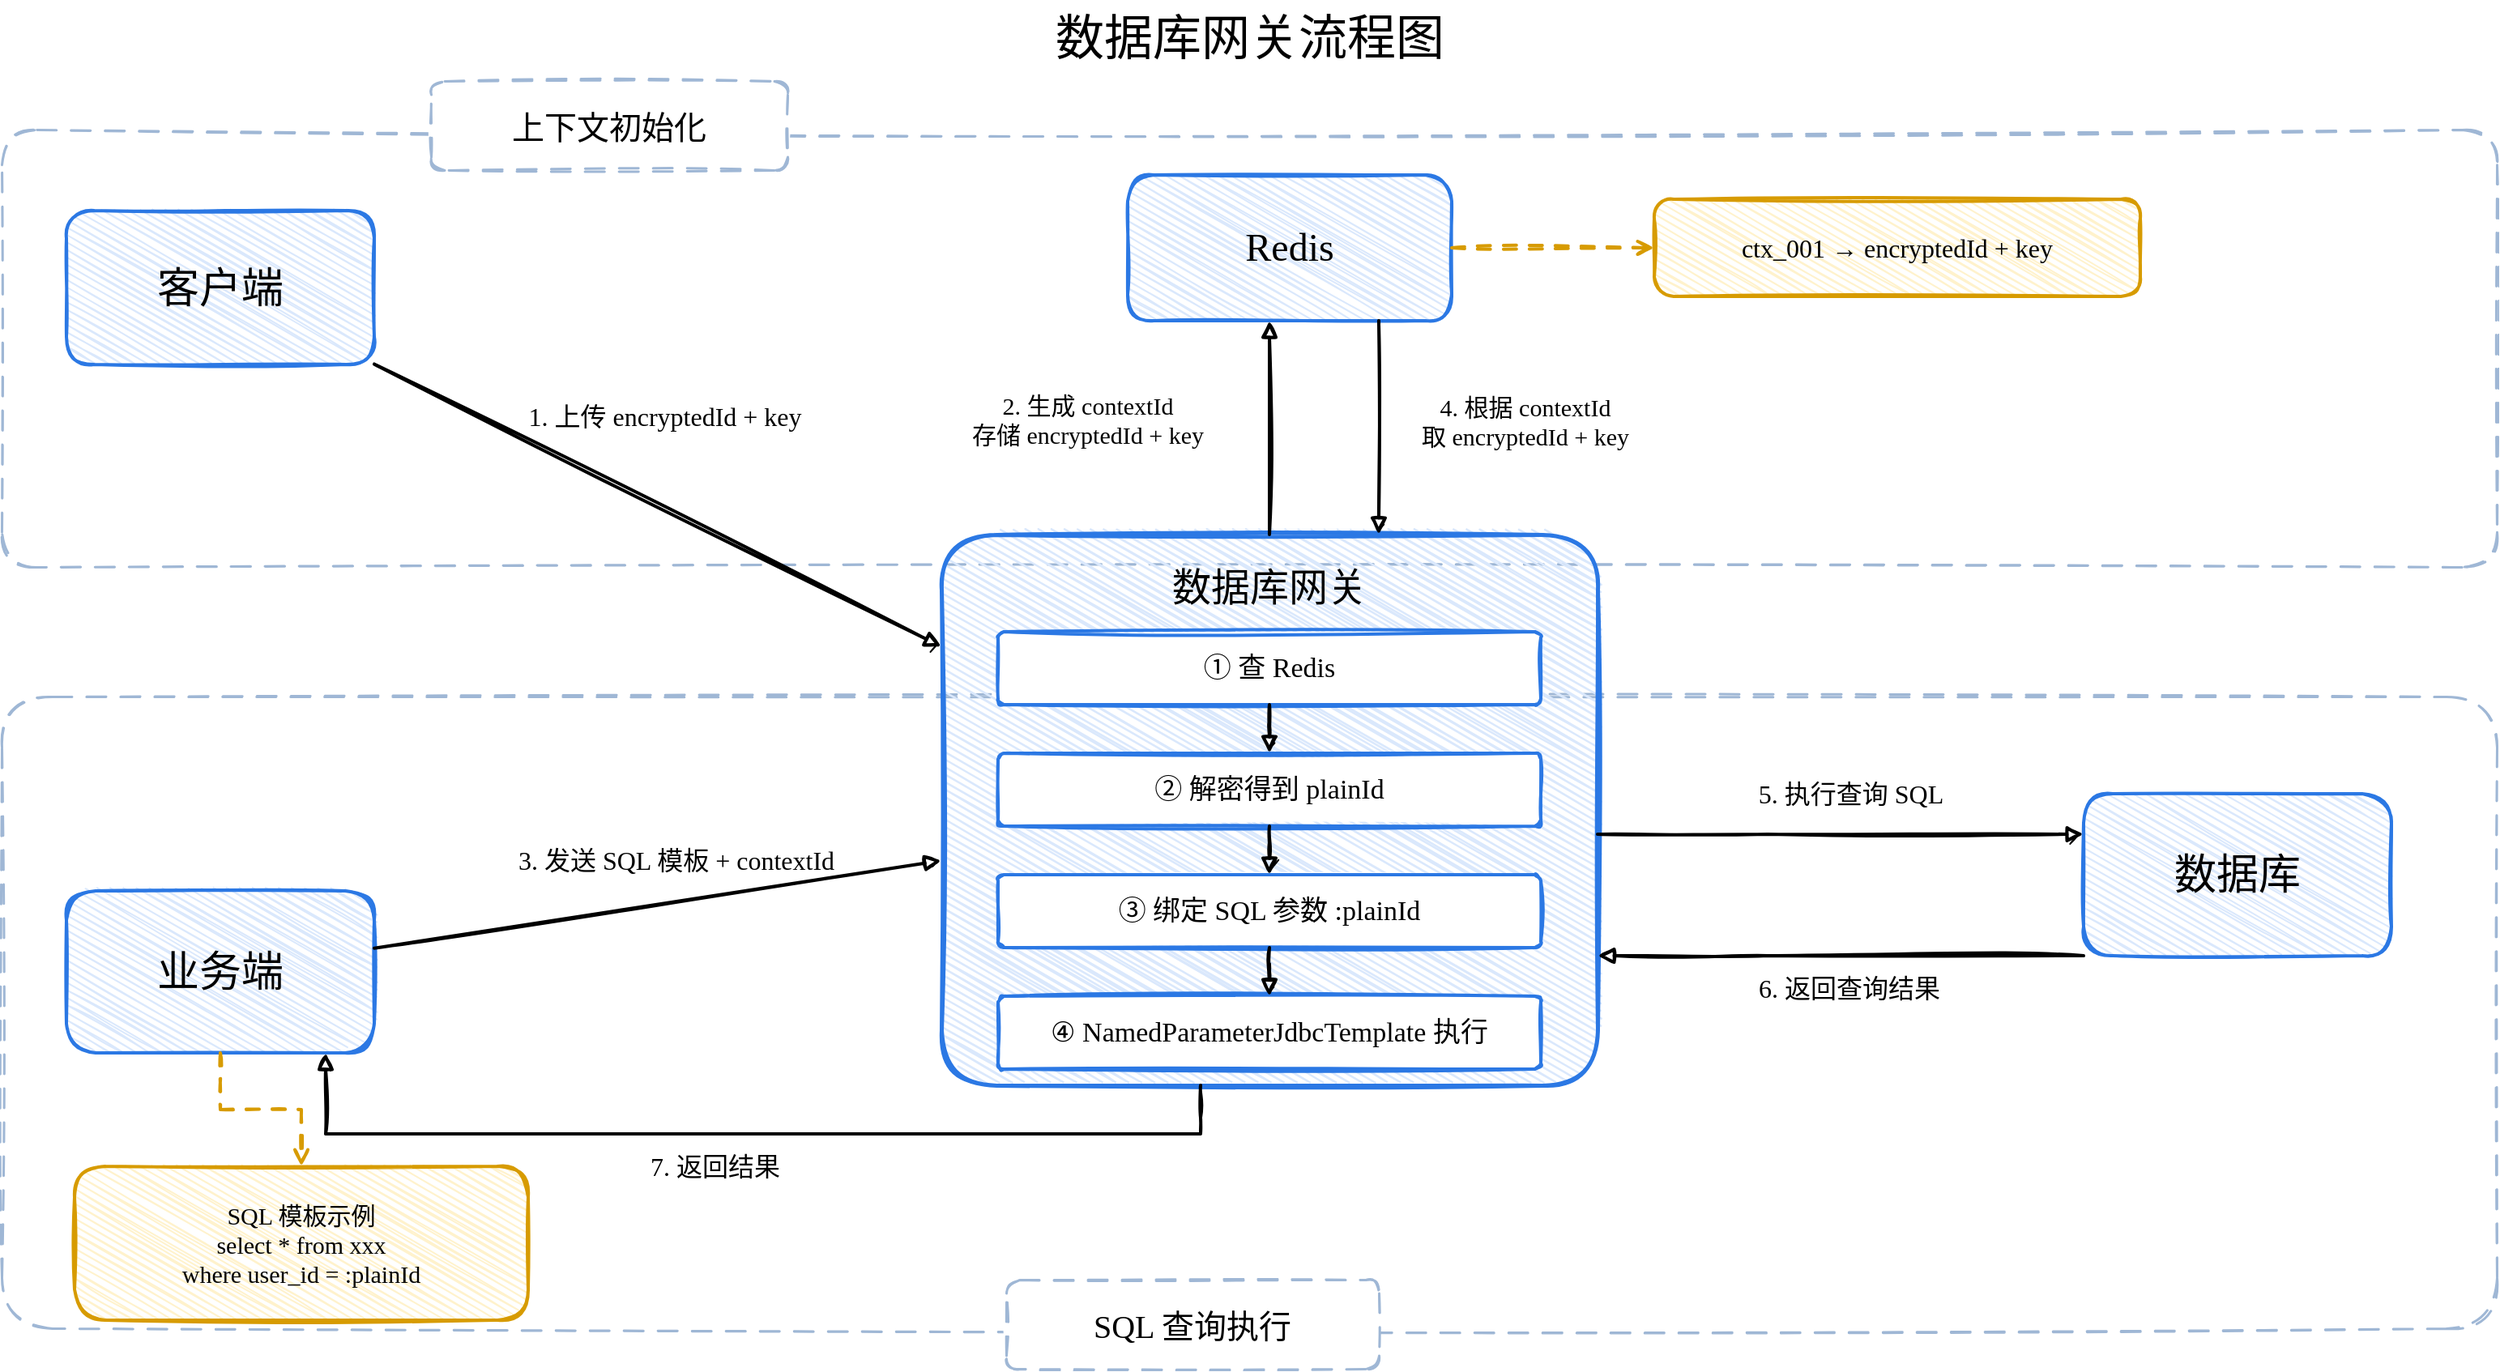
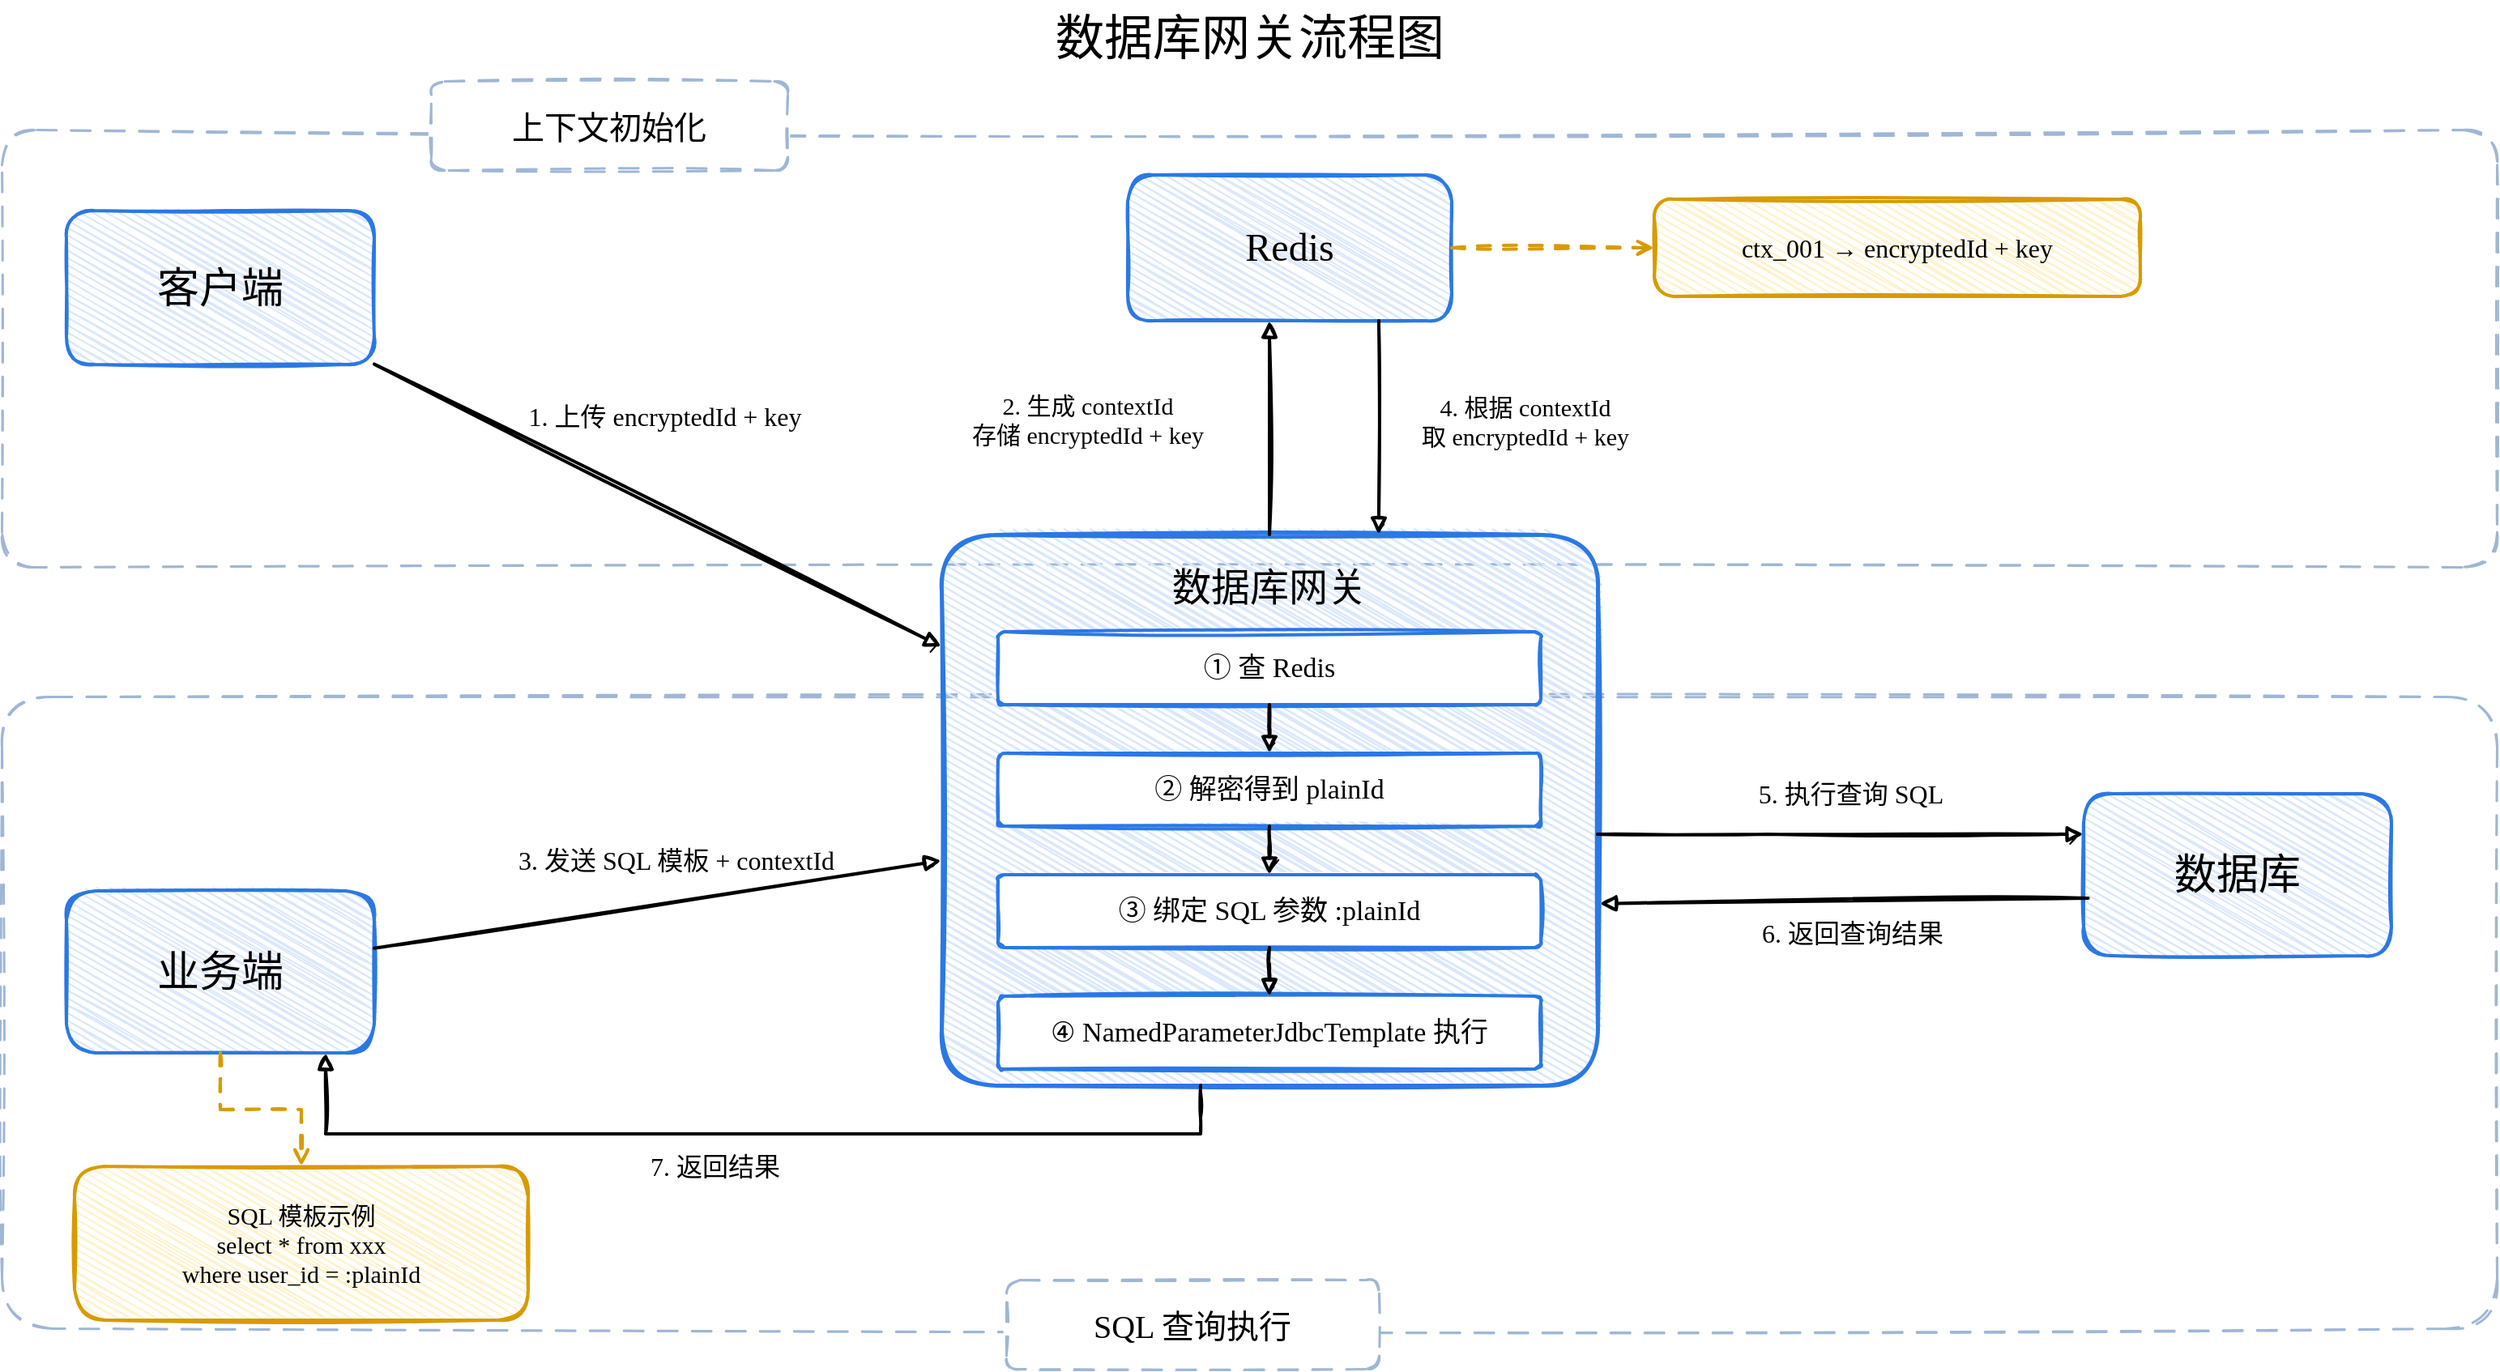
<mxfile host="app.diagrams.net">
  <diagram name="第 1 页" id="lDtMVX3rfUzubP_undm2">
-     <mxGraphModel dx="1684" dy="1176" grid="1" gridSize="10" guides="1" tooltips="1" connect="1" arrows="1" fold="1" page="1" pageScale="1" pageWidth="1600" pageHeight="900" math="0" shadow="0">
+     <mxGraphModel dx="1543" dy="1078" grid="1" gridSize="10" guides="1" tooltips="1" connect="1" arrows="1" fold="1" page="1" pageScale="1" pageWidth="1600" pageHeight="900" math="0" shadow="0">
      <root>
        <mxCell id="0" />
        <mxCell id="1" parent="0" />
        <mxCell id="sec_init" parent="1" style="rounded=1;whiteSpace=wrap;html=1;fillColor=none;strokeColor=#9fb7d5;dashed=1;dashPattern=8 6;strokeWidth=1.5;arcSize=8;sketch=1;" value="" vertex="1">
          <mxGeometry height="270" width="1540" x="30" y="100" as="geometry" />
        </mxCell>
        <mxCell id="sec_sql" parent="1" style="rounded=1;whiteSpace=wrap;html=1;fillColor=none;strokeColor=#9fb7d5;dashed=1;dashPattern=8 6;strokeWidth=1.5;arcSize=8;sketch=1;" value="" vertex="1">
          <mxGeometry height="390" width="1540" x="30" y="450" as="geometry" />
        </mxCell>
        <mxCell id="title" parent="1" style="text;html=1;strokeColor=none;fillColor=none;align=center;verticalAlign=middle;fontSize=30;fontFamily=Comic Sans MS;" value="数据库网关流程图" vertex="1">
          <mxGeometry height="45" width="400" x="600" y="20" as="geometry" />
        </mxCell>
        <mxCell id="label_init" parent="1" style="rounded=1;whiteSpace=wrap;html=1;fillColor=default;strokeColor=#9fb7d5;dashed=1;dashPattern=8 6;strokeWidth=1.5;fontSize=20;fontFamily=Comic Sans MS;sketch=1;" value="上下文初始化" vertex="1">
          <mxGeometry height="55" width="220" x="295" y="70" as="geometry" />
        </mxCell>
        <mxCell id="label_sql" parent="1" style="rounded=1;whiteSpace=wrap;html=1;fillColor=default;strokeColor=#9fb7d5;dashed=1;dashPattern=8 6;strokeWidth=1.5;fontSize=20;fontFamily=Comic Sans MS;sketch=1;" value="SQL 查询执行" vertex="1">
          <mxGeometry height="55" width="230" x="650" y="810" as="geometry" />
        </mxCell>
        <mxCell id="client" parent="1" style="rounded=1;whiteSpace=wrap;html=1;fillColor=#dae8fc;strokeColor=#2b78e4;strokeWidth=2;arcSize=18;fontSize=26;fontFamily=Comic Sans MS;sketch=1;hachureGap=4;hachureAngle=60;" value="客户端" vertex="1">
          <mxGeometry height="95" width="190" x="70" y="150" as="geometry" />
        </mxCell>
        <mxCell id="biz" parent="1" style="rounded=1;whiteSpace=wrap;html=1;fillColor=#dae8fc;strokeColor=#2b78e4;strokeWidth=2;arcSize=18;fontSize=26;fontFamily=Comic Sans MS;sketch=1;hachureGap=4;hachureAngle=60;" value="业务端" vertex="1">
          <mxGeometry height="100" width="190" x="70" y="570" as="geometry" />
        </mxCell>
        <mxCell id="redis" parent="1" style="rounded=1;whiteSpace=wrap;html=1;fillColor=#dae8fc;strokeColor=#2b78e4;strokeWidth=2;arcSize=18;fontSize=24;fontFamily=Comic Sans MS;sketch=1;hachureGap=4;hachureAngle=60;" value="Redis" vertex="1">
          <mxGeometry height="90" width="200" x="725" y="128" as="geometry" />
        </mxCell>
        <mxCell id="db" parent="1" style="rounded=1;whiteSpace=wrap;html=1;fillColor=#dae8fc;strokeColor=#2b78e4;strokeWidth=2;arcSize=18;fontSize=26;fontFamily=Comic Sans MS;sketch=1;hachureGap=4;hachureAngle=60;" value="数据库" vertex="1">
          <mxGeometry height="100" width="190" x="1315" y="510" as="geometry" />
        </mxCell>
        <mxCell id="gateway" parent="1" style="rounded=1;whiteSpace=wrap;html=1;fillColor=#dae8fc;strokeColor=#2b78e4;strokeWidth=2.5;arcSize=10;fontSize=24;fontFamily=Comic Sans MS;sketch=1;hachureGap=4;hachureAngle=60;verticalAlign=top;spacingTop=12;" value="数据库网关" vertex="1">
          <mxGeometry height="340" width="405" x="610" y="350" as="geometry" />
        </mxCell>
        <mxCell id="s1" parent="1" style="rounded=1;whiteSpace=wrap;html=1;fillColor=#ffffff;strokeColor=#2b78e4;strokeWidth=2;arcSize=8;fontSize=17;fontFamily=Comic Sans MS;sketch=1;" value="① 查 Redis" vertex="1">
          <mxGeometry height="45" width="335" x="645" y="410" as="geometry" />
        </mxCell>
        <mxCell id="s2" parent="1" style="rounded=1;whiteSpace=wrap;html=1;fillColor=#ffffff;strokeColor=#2b78e4;strokeWidth=2;arcSize=8;fontSize=17;fontFamily=Comic Sans MS;sketch=1;" value="② 解密得到 plainId" vertex="1">
          <mxGeometry height="45" width="335" x="645" y="485" as="geometry" />
        </mxCell>
        <mxCell id="s3" parent="1" style="rounded=1;whiteSpace=wrap;html=1;fillColor=#ffffff;strokeColor=#2b78e4;strokeWidth=2;arcSize=8;fontSize=17;fontFamily=Comic Sans MS;sketch=1;" value="③ 绑定 SQL 参数 :plainId" vertex="1">
          <mxGeometry height="45" width="335" x="645" y="560" as="geometry" />
        </mxCell>
        <mxCell id="s4" parent="1" style="rounded=1;whiteSpace=wrap;html=1;fillColor=#ffffff;strokeColor=#2b78e4;strokeWidth=2;arcSize=8;fontSize=17;fontFamily=Comic Sans MS;sketch=1;" value="④ NamedParameterJdbcTemplate 执行" vertex="1">
          <mxGeometry height="45" width="335" x="645" y="635" as="geometry" />
        </mxCell>
        <mxCell id="redis_note" parent="1" style="rounded=1;whiteSpace=wrap;html=1;fillColor=#fff2cc;strokeColor=#d79b00;strokeWidth=2;arcSize=20;fontSize=16;fontFamily=Comic Sans MS;sketch=1;hachureGap=4;hachureAngle=60;" value="ctx_001 → encryptedId + key" vertex="1">
          <mxGeometry height="60" width="300" x="1050" y="143" as="geometry" />
        </mxCell>
        <mxCell id="sql_note" parent="1" style="rounded=1;whiteSpace=wrap;html=1;fillColor=#fff2cc;strokeColor=#d79b00;strokeWidth=2;arcSize=20;fontSize=15;fontFamily=Comic Sans MS;sketch=1;hachureGap=4;hachureAngle=60;" value="SQL 模板示例&lt;br&gt;select * from xxx&lt;br&gt;where user_id = :plainId" vertex="1">
          <mxGeometry height="95" width="280" x="75" y="740" as="geometry" />
        </mxCell>
        <mxCell id="e1" edge="1" parent="1" source="client" style="rounded=0;orthogonalLoop=1;jettySize=auto;html=1;endArrow=block;endFill=1;strokeColor=#000000;strokeWidth=2;fontSize=16;fontFamily=Comic Sans MS;sketch=1;labelBackgroundColor=none;" target="gateway" value="1. 上传 encryptedId + key">
          <mxGeometry relative="1" x="-0.0333" y="36" as="geometry">
            <mxPoint x="-6" y="-20" as="offset" />
          </mxGeometry>
        </mxCell>
        <mxCell id="e2" edge="1" parent="1" source="gateway" style="edgeStyle=orthogonalEdgeStyle;rounded=0;orthogonalLoop=1;jettySize=auto;html=1;endArrow=block;endFill=1;strokeColor=#000000;strokeWidth=2;fontSize=15;fontFamily=Comic Sans MS;sketch=1;labelBackgroundColor=none;" target="redis" value="2. 生成 contextId&lt;br&gt;存储 encryptedId + key">
          <mxGeometry relative="1" x="0.0606" y="113" as="geometry">
            <mxPoint y="-1" as="offset" />
            <Array as="points">
              <mxPoint x="765" y="350" />
              <mxPoint x="765" y="220" />
            </Array>
          </mxGeometry>
        </mxCell>
        <mxCell id="e3" edge="1" parent="1" source="biz" style="rounded=0;orthogonalLoop=1;jettySize=auto;html=1;endArrow=block;endFill=1;strokeColor=#000000;strokeWidth=2;fontSize=16;fontFamily=Comic Sans MS;sketch=1;labelBackgroundColor=none;" target="gateway" value="3. 发送 SQL 模板 + contextId">
          <mxGeometry relative="1" x="0.0833" y="25" as="geometry">
            <mxPoint as="offset" />
          </mxGeometry>
        </mxCell>
        <mxCell id="e4" edge="1" parent="1" source="redis" style="edgeStyle=orthogonalEdgeStyle;rounded=0;orthogonalLoop=1;jettySize=auto;html=1;endArrow=block;endFill=1;strokeColor=#000000;strokeWidth=2;fontSize=15;fontFamily=Comic Sans MS;sketch=1;labelBackgroundColor=none;" target="gateway" value="4. 根据 contextId&lt;br&gt;取 encryptedId + key">
          <mxGeometry relative="1" x="-0.0606" y="90" as="geometry">
            <mxPoint as="offset" />
            <Array as="points">
              <mxPoint x="880" y="220" />
              <mxPoint x="880" y="350" />
            </Array>
          </mxGeometry>
        </mxCell>
        <mxCell id="e5" edge="1" parent="1" source="gateway" style="edgeStyle=orthogonalEdgeStyle;rounded=0;orthogonalLoop=1;jettySize=auto;html=1;endArrow=block;endFill=1;strokeColor=#000000;strokeWidth=2;fontSize=16;fontFamily=Comic Sans MS;sketch=1;labelBackgroundColor=none;" target="db" value="5. 执行查询 SQL">
          <mxGeometry relative="1" x="0.0333" y="25" as="geometry">
            <mxPoint x="1" as="offset" />
            <Array as="points">
              <mxPoint x="1120" y="535" />
              <mxPoint x="1315" y="535" />
            </Array>
          </mxGeometry>
        </mxCell>
-         <mxCell id="e6" edge="1" parent="1" source="db" style="edgeStyle=orthogonalEdgeStyle;rounded=0;orthogonalLoop=1;jettySize=auto;html=1;endArrow=block;endFill=1;strokeColor=#000000;strokeWidth=2;fontSize=16;fontFamily=Comic Sans MS;sketch=1;labelBackgroundColor=none;" target="gateway" value="6. 返回查询结果">
+         <mxCell id="e6" edge="1" parent="1" source="db" style="rounded=0;orthogonalLoop=1;jettySize=auto;html=1;endArrow=block;endFill=1;strokeColor=#000000;strokeWidth=2;fontSize=16;fontFamily=Comic Sans MS;sketch=1;labelBackgroundColor=none;entryX=1.003;entryY=0.67;entryDx=0;entryDy=0;entryPerimeter=0;exitX=0.015;exitY=0.645;exitDx=0;exitDy=0;exitPerimeter=0;" target="gateway" value="6. 返回查询结果">
          <mxGeometry relative="1" x="-0.04" y="20" as="geometry">
            <mxPoint x="-1" as="offset" />
-             <Array as="points">
-               <mxPoint x="1120" y="610" />
-               <mxPoint x="1015" y="610" />
-             </Array>
+             <mxPoint x="1300" y="578" as="sourcePoint" />
          </mxGeometry>
        </mxCell>
        <mxCell id="e7" edge="1" parent="1" source="gateway" style="edgeStyle=orthogonalEdgeStyle;rounded=0;orthogonalLoop=1;jettySize=auto;html=1;endArrow=block;endFill=1;strokeColor=#000000;strokeWidth=2;fontSize=16;fontFamily=Comic Sans MS;sketch=1;labelBackgroundColor=none;" target="biz" value="7. 返回结果">
          <mxGeometry relative="1" x="0.0645" y="20" as="geometry">
            <mxPoint as="offset" />
            <Array as="points">
              <mxPoint x="770" y="710" />
              <mxPoint x="770" y="720" />
              <mxPoint x="230" y="720" />
              <mxPoint x="230" y="670" />
            </Array>
          </mxGeometry>
        </mxCell>
        <mxCell id="is12" edge="1" parent="1" source="s1" style="edgeStyle=orthogonalEdgeStyle;rounded=0;orthogonalLoop=1;jettySize=auto;html=1;endArrow=block;endFill=1;strokeColor=#000000;strokeWidth=2;fontSize=1;fontFamily=Comic Sans MS;sketch=1;" target="s2" value="">
          <mxGeometry relative="1" as="geometry" />
        </mxCell>
        <mxCell id="is23" edge="1" parent="1" source="s2" style="edgeStyle=orthogonalEdgeStyle;rounded=0;orthogonalLoop=1;jettySize=auto;html=1;endArrow=block;endFill=1;strokeColor=#000000;strokeWidth=2;fontSize=1;fontFamily=Comic Sans MS;sketch=1;" target="s3" value="">
          <mxGeometry relative="1" as="geometry" />
        </mxCell>
        <mxCell id="is34" edge="1" parent="1" source="s3" style="edgeStyle=orthogonalEdgeStyle;rounded=0;orthogonalLoop=1;jettySize=auto;html=1;endArrow=block;endFill=1;strokeColor=#000000;strokeWidth=2;fontSize=1;fontFamily=Comic Sans MS;sketch=1;" target="s4" value="">
          <mxGeometry relative="1" as="geometry" />
        </mxCell>
        <mxCell id="n1" edge="1" parent="1" source="redis" style="edgeStyle=orthogonalEdgeStyle;rounded=0;orthogonalLoop=1;jettySize=auto;html=1;endArrow=open;endFill=1;strokeColor=#d79b00;strokeWidth=2;fontSize=16;fontFamily=Comic Sans MS;sketch=1;dashed=1;dashPattern=4 4;" target="redis_note" value="">
          <mxGeometry relative="1" as="geometry" />
        </mxCell>
        <mxCell id="n2" edge="1" parent="1" source="biz" style="edgeStyle=orthogonalEdgeStyle;rounded=0;orthogonalLoop=1;jettySize=auto;html=1;endArrow=open;endFill=1;strokeColor=#d79b00;strokeWidth=2;fontSize=16;fontFamily=Comic Sans MS;sketch=1;dashed=1;dashPattern=4 4;" target="sql_note" value="">
          <mxGeometry relative="1" as="geometry" />
        </mxCell>
      </root>
    </mxGraphModel>
  </diagram>
</mxfile>
